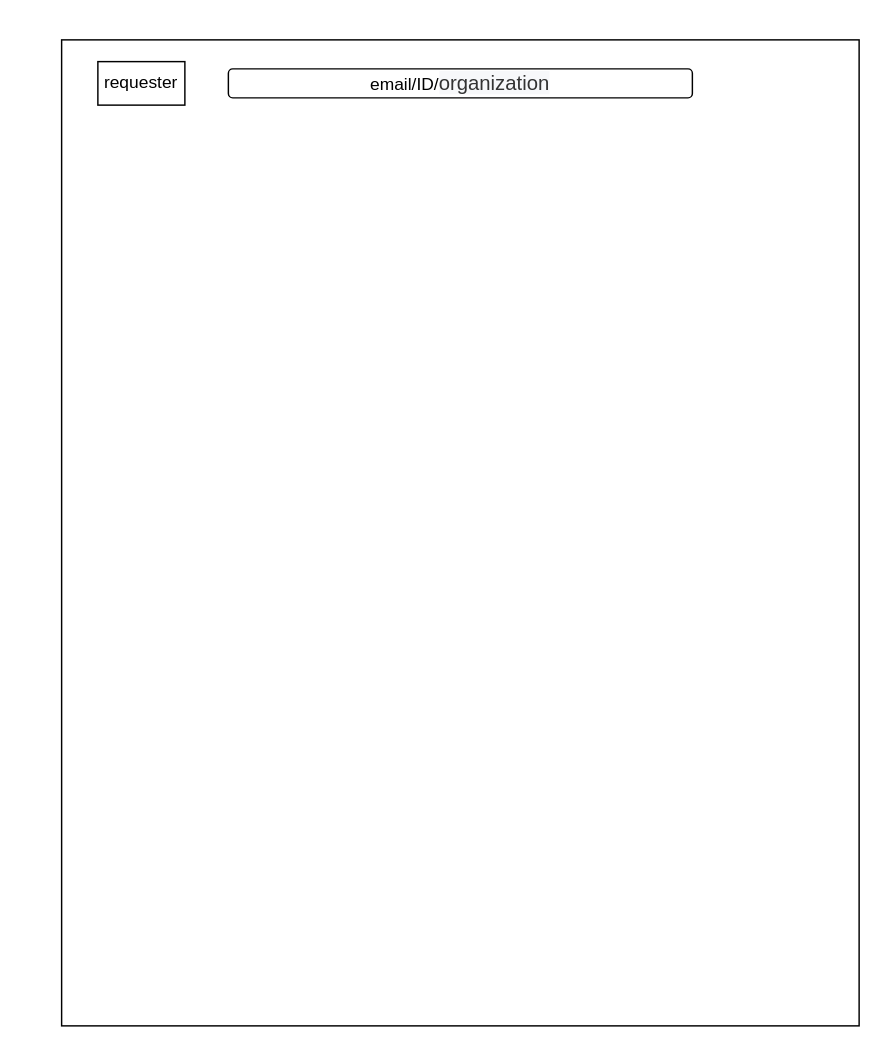
Earlier version of the draw.io diagram Untitled Diagram.drawio (CherLotte/diagrams). Source tidied: cells renumbered, new cells numbered last; positions are measured from the earlier drawing's top-left corner, leaving out a move shared by most shapes. Both pictures are drawn from the tidied source at 145%, with x=0, y=0 at pixel (61, 39).
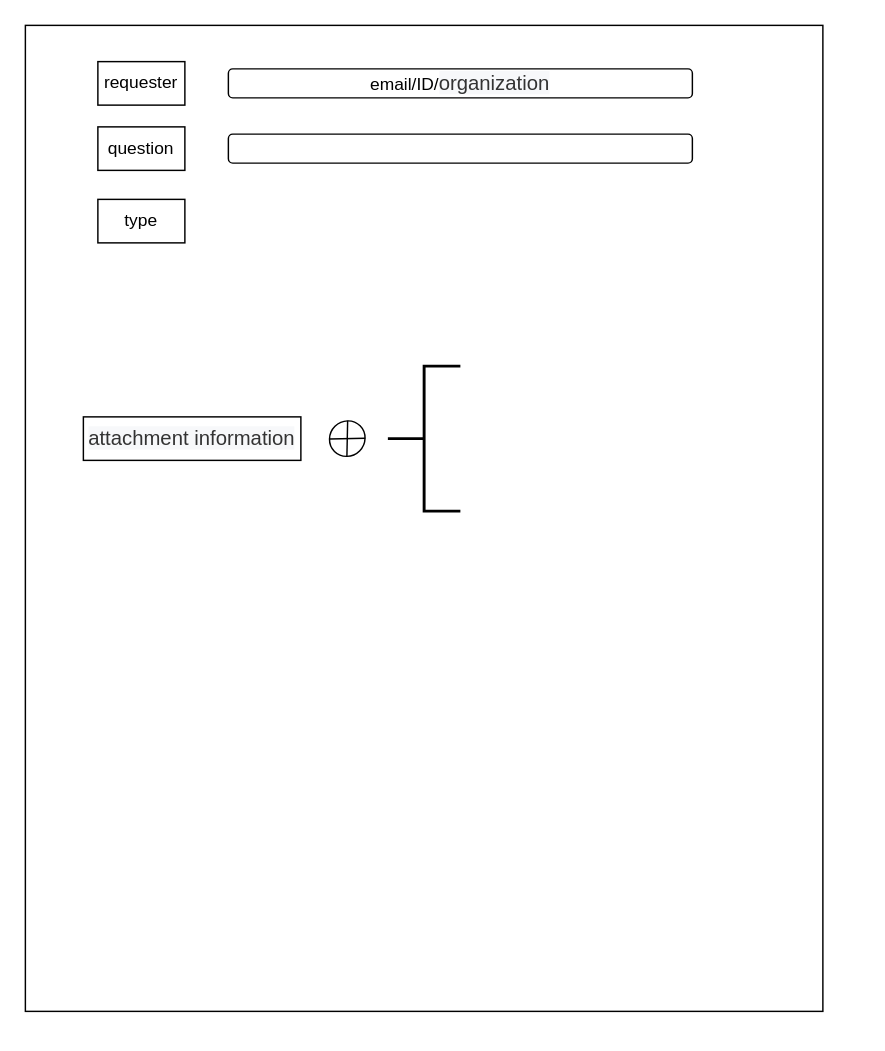
Above is the later version.

The edit, as a diff of the source:
```diff
@@
 <mxGraphModel>
   <root>
     <mxCell id="0" />
     <mxCell id="1" parent="0" />
     <mxCell id="2" style="rounded=0;whiteSpace=wrap;html=1;" parent="1" vertex="1">
-      <mxGeometry width="550" height="680" as="geometry" />
+      <mxGeometry x="-25" y="-10" width="550" height="680" as="geometry" />
     </mxCell>
     <mxCell id="3" value="email/ID/&lt;span style=&quot;color: rgb(51 , 51 , 51) ; font-family: &amp;#34;tahoma&amp;#34; , &amp;#34;microsoft yahei&amp;#34; , , , &amp;#34;malgun gothic&amp;#34; , sans-serif ; font-size: 14px ; line-height: 25.9896px ; text-align: justify ; background-color: rgb(247 , 248 , 250)&quot;&gt;organization&lt;/span&gt;" style="rounded=1;whiteSpace=wrap;html=1;" parent="1" vertex="1">
       <mxGeometry x="115" y="20" width="320" height="20" as="geometry" />
     </mxCell>
     <mxCell id="4" value="requester" style="rounded=0;whiteSpace=wrap;html=1;" parent="1" vertex="1">
       <mxGeometry x="25" y="15" width="60" height="30" as="geometry" />
     </mxCell>
+    <mxCell id="5" value="question" style="rounded=0;whiteSpace=wrap;html=1;" parent="1" vertex="1">
+      <mxGeometry x="25" y="60" width="60" height="30" as="geometry" />
+    </mxCell>
+    <mxCell id="6" style="rounded=1;whiteSpace=wrap;html=1;" parent="1" vertex="1">
+      <mxGeometry x="115" y="65" width="320" height="20" as="geometry" />
+    </mxCell>
+    <mxCell id="7" value="type" style="rounded=0;whiteSpace=wrap;html=1;" parent="1" vertex="1">
+      <mxGeometry x="25" y="110" width="60" height="30" as="geometry" />
+    </mxCell>
+    <mxCell id="8" value="&lt;span style=&quot;color: rgb(51 , 51 , 51) ; font-family: &amp;#34;tahoma&amp;#34; , &amp;#34;microsoft yahei&amp;#34; , , , &amp;#34;malgun gothic&amp;#34; , sans-serif ; font-size: 14px ; line-height: 25.9896px ; text-align: justify ; background-color: rgb(247 , 248 , 250)&quot;&gt;attachment information&lt;/span&gt;" style="rounded=0;whiteSpace=wrap;html=1;" parent="1" vertex="1">
+      <mxGeometry x="15" y="260" width="150" height="30" as="geometry" />
+    </mxCell>
+    <mxCell id="9" style="verticalLabelPosition=bottom;verticalAlign=top;html=1;shape=mxgraph.flowchart.or;rotation=45;" parent="1" vertex="1">
+      <mxGeometry x="185" y="262.5" width="24" height="25" as="geometry" />
+    </mxCell>
+    <mxCell id="10" style="strokeWidth=2;html=1;shape=mxgraph.flowchart.annotation_2;align=left;labelPosition=right;" parent="1" vertex="1">
+      <mxGeometry x="225" y="225" width="50" height="100" as="geometry" />
+    </mxCell>
   </root>
 </mxGraphModel>
```
